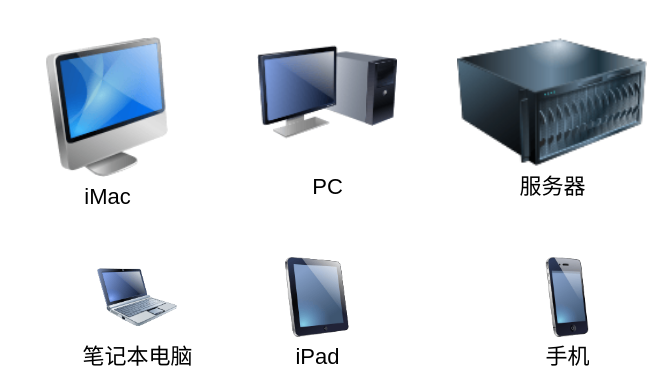
This is 计算机种类.drawio from lqhnet/hello-world, a draw.io file, before an edit. Source tidied: cells renumbered, new cells numbered last; positions are measured from the earlier drawing's top-left corner, leaving out a move shared by most shapes. Both pictures are drawn from the tidied source at 100%, with x=0, y=0 at pixel (17, 17).
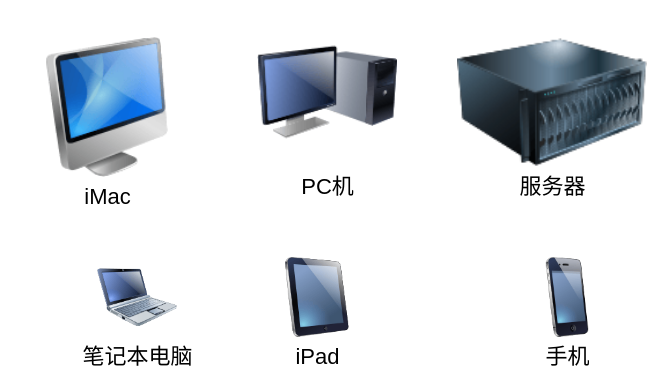
The same diagram, later.

Commit message:
更新计算机种类.drawio

What changed in the source:
```diff
@@
 <mxGraphModel background="#ffffff">
   <root>
     <mxCell id="0" />
     <mxCell id="1" parent="0" />
     <mxCell id="2" value="iPad" style="image;html=1;labelBackgroundColor=#ffffff;image=img/lib/clip_art/computers/iPad_128x128.png;rounded=1;shadow=0;comic=0;strokeWidth=2;fontSize=22;" parent="1" vertex="1">
       <mxGeometry x="260" y="240" width="80" height="80" as="geometry" />
     </mxCell>
-    <mxCell id="3" value="PC" style="image;html=1;labelBackgroundColor=#ffffff;image=img/lib/clip_art/computers/Monitor_Tower_128x128.png;rounded=1;shadow=0;comic=0;strokeWidth=2;fontSize=22;" parent="1" vertex="1">
+    <mxCell id="3" value="PC机" style="image;html=1;labelBackgroundColor=#ffffff;image=img/lib/clip_art/computers/Monitor_Tower_128x128.png;rounded=1;shadow=0;comic=0;strokeWidth=2;fontSize=22;" parent="1" vertex="1">
       <mxGeometry x="240" width="140" height="150" as="geometry" />
     </mxCell>
     <mxCell id="4" value="手机" style="image;html=1;labelBackgroundColor=#ffffff;image=img/lib/clip_art/telecommunication/iPhone_128x128.png;rounded=1;shadow=0;comic=0;strokeWidth=2;fontSize=22;" parent="1" vertex="1">
       <mxGeometry x="510" y="240" width="80" height="80" as="geometry" />
     </mxCell>
     <mxCell id="5" value="笔记本电脑" style="image;html=1;labelBackgroundColor=#ffffff;image=img/lib/clip_art/computers/Netbook_128x128.png;rounded=1;shadow=0;comic=0;strokeColor=#000000;strokeWidth=2;fillColor=#FFFFFF;fontSize=22;fontColor=#000000;" parent="1" vertex="1">
       <mxGeometry x="80" y="240" width="80" height="80" as="geometry" />
     </mxCell>
     <mxCell id="6" value="服务器" style="image;html=1;labelBackgroundColor=#ffffff;image=img/lib/clip_art/computers/Server_128x128.png;fontSize=22;" parent="1" vertex="1">
       <mxGeometry x="440" y="20" width="190" height="130" as="geometry" />
     </mxCell>
     <mxCell id="7" value="iMac" style="image;html=1;labelBackgroundColor=#ffffff;image=img/lib/clip_art/computers/iMac_128x128.png;fontSize=22;" parent="1" vertex="1">
       <mxGeometry y="20" width="180" height="140" as="geometry" />
     </mxCell>
   </root>
 </mxGraphModel>
```
